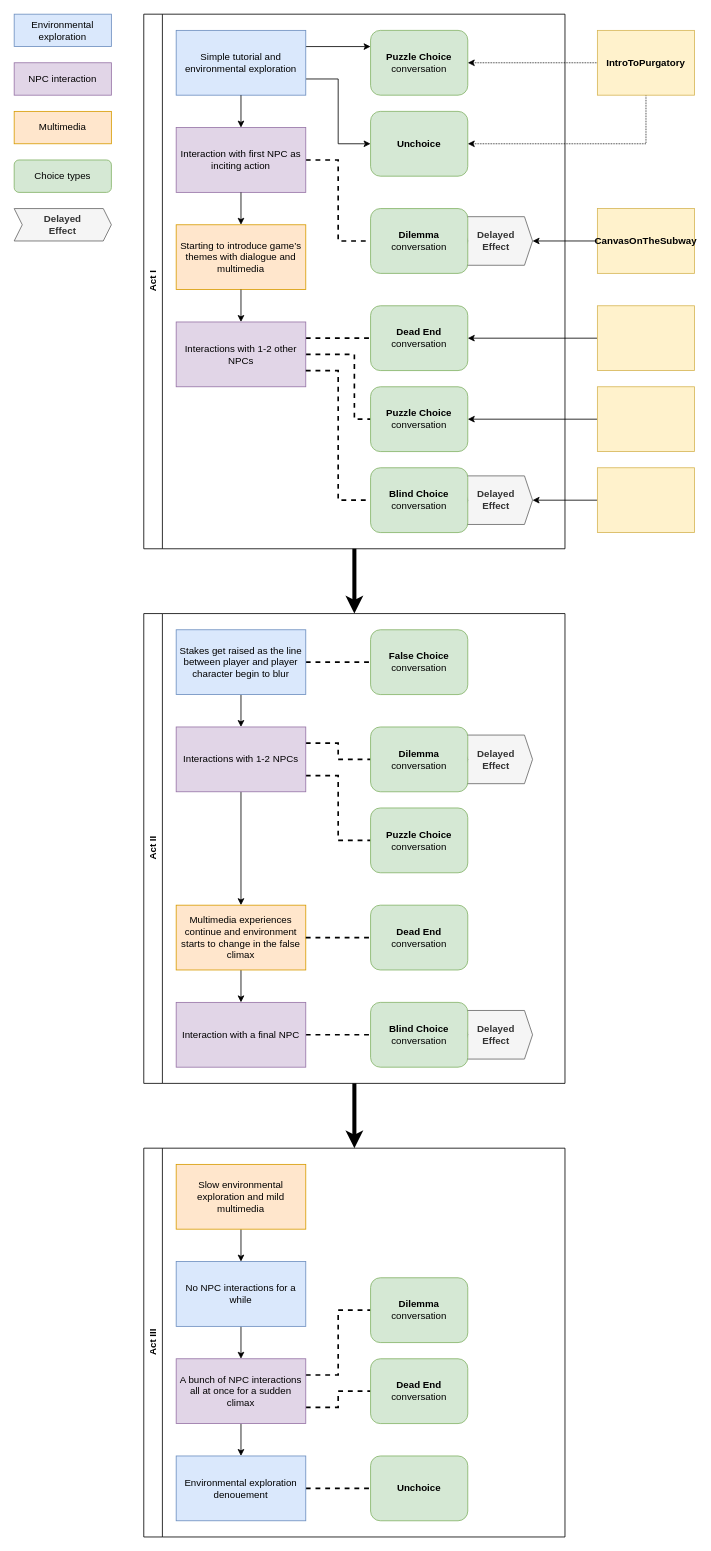
Above: Assets/Conversations/PlotStructure.drawio in Owmacohe/UNDERSCORE (draw.io), before the change. Source tidied: cells renumbered, new cells numbered last; positions are measured from the earlier drawing's top-left corner, leaving out a move shared by most shapes. Both pictures are drawn from the tidied source at 81%, with x=0, y=0 at pixel (14, 14).
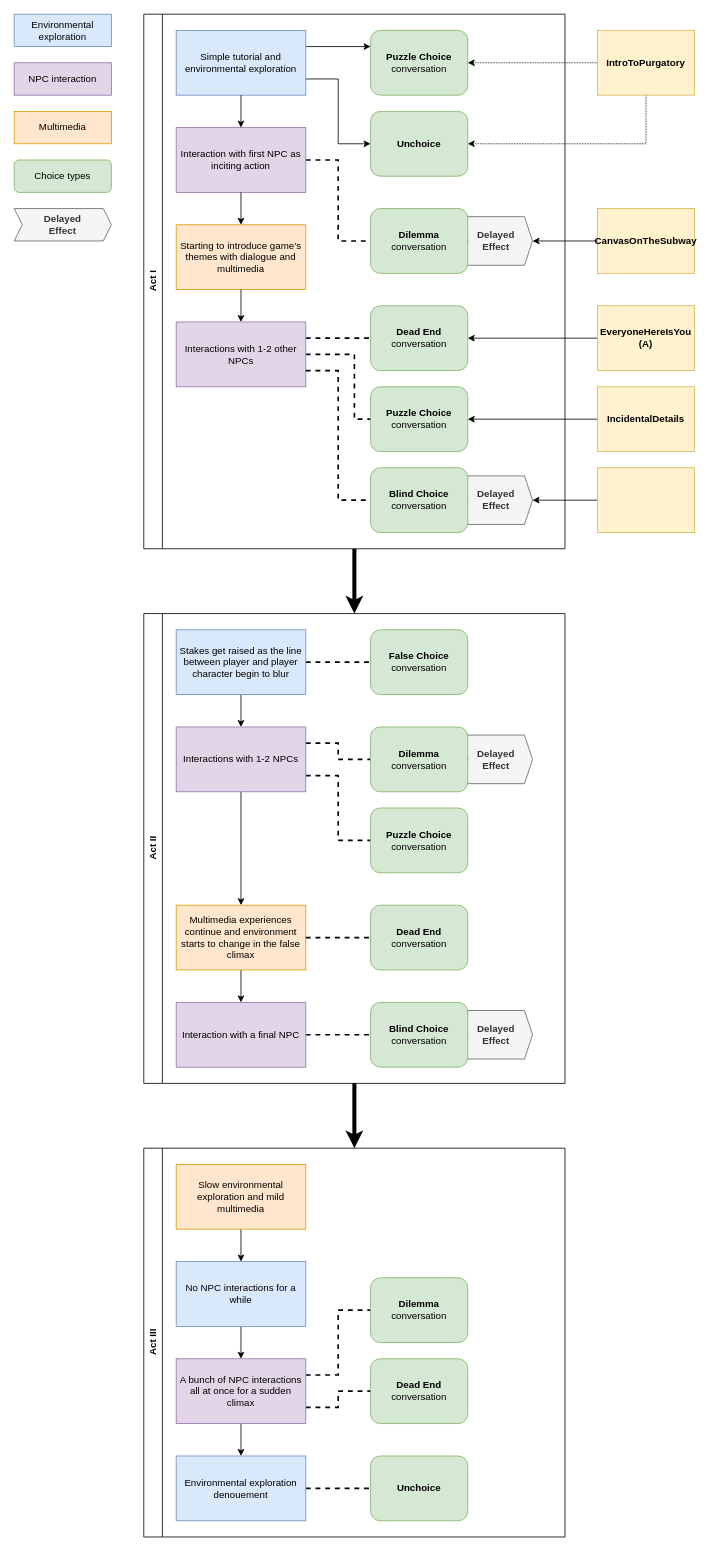
The same page after the edit.

Diff of the diagram source:
```diff
@@
-    <mxCell id="71" style="rounded=0;whiteSpace=wrap;html=1;fillColor=#fff2cc;strokeColor=#d6b656;" parent="1" vertex="1">
+    <mxCell id="71" value="EveryoneHereIsYou (A)" style="rounded=0;whiteSpace=wrap;html=1;fillColor=#fff2cc;strokeColor=#d6b656;fontStyle=1;" parent="1" vertex="1">
       <mxGeometry x="720" y="360" width="120" height="80" as="geometry" />
     </mxCell>
@@
-    <mxCell id="75" style="rounded=0;whiteSpace=wrap;html=1;fillColor=#fff2cc;strokeColor=#d6b656;" parent="1" vertex="1">
+    <mxCell id="75" value="&lt;b&gt;IncidentalDetails&lt;/b&gt;" style="rounded=0;whiteSpace=wrap;html=1;fillColor=#fff2cc;strokeColor=#d6b656;" parent="1" vertex="1">
       <mxGeometry x="720" y="460" width="120" height="80" as="geometry" />
     </mxCell>
```
